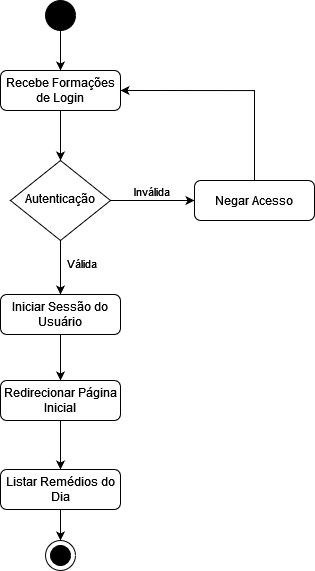
This is umls/DiagramaAtividades.png from FredericoBaker/tp-engenharia-de-software, a draw.io export, as it was before one commit. Source tidied: cells renumbered, new cells last; positions are measured from the earlier drawing's top-left corner, leaving out a move shared by most shapes.
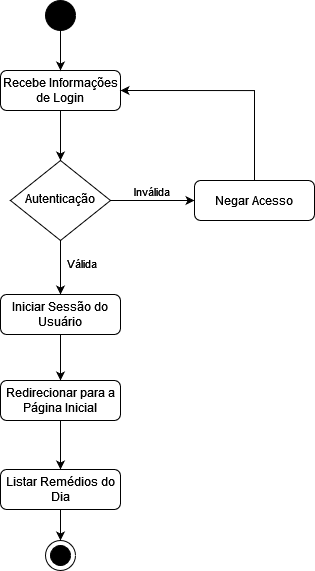
Later version of the same file.

Commit message:
fix(UML): Adiciona fundo para melhorar visibilidade

Diff of the diagram source:
```diff
@@ -5,7 +5,7 @@
     <mxCell id="2" style="edgeStyle=orthogonalEdgeStyle;rounded=0;jettySize=auto;html=1;exitX=0.5;exitY=1;exitDx=0;exitDy=0;entryX=0.5;entryY=0;entryDx=0;entryDy=0;" parent="1" edge="1" source="3" target="8">
       <mxGeometry relative="1" as="geometry" />
     </mxCell>
-    <mxCell id="3" value="Recebe Formações de Login" style="rounded=1;whiteSpace=wrap;html=1;fontSize=12;glass=0;strokeWidth=1;shadow=0;" parent="1" vertex="1">
+    <mxCell id="3" value="Recebe Informações de Login" style="rounded=1;whiteSpace=wrap;html=1;fontSize=12;glass=0;strokeWidth=1;shadow=0;" parent="1" vertex="1">
       <mxGeometry y="70" width="120" height="40" as="geometry" />
     </mxCell>
     <mxCell id="4" style="edgeStyle=orthogonalEdgeStyle;rounded=0;jettySize=auto;html=1;exitX=0.5;exitY=1;exitDx=0;exitDy=0;entryX=0.5;entryY=0;entryDx=0;entryDy=0;" parent="1" edge="1" source="8" target="12">
@@ -42,7 +42,7 @@
     <mxCell id="13" style="edgeStyle=orthogonalEdgeStyle;rounded=0;jettySize=auto;html=1;exitX=0.5;exitY=1;exitDx=0;exitDy=0;entryX=0.5;entryY=0;entryDx=0;entryDy=0;" parent="1" edge="1" source="14" target="16">
       <mxGeometry relative="1" as="geometry" />
     </mxCell>
-    <mxCell id="14" value="&lt;div&gt;Redirecionar Página Inicial&lt;/div&gt;" style="rounded=1;whiteSpace=wrap;html=1;fontSize=12;glass=0;strokeWidth=1;shadow=0;" parent="1" vertex="1">
+    <mxCell id="14" value="&lt;div&gt;Redirecionar para a Página Inicial&lt;/div&gt;" style="rounded=1;whiteSpace=wrap;html=1;fontSize=12;glass=0;strokeWidth=1;shadow=0;" parent="1" vertex="1">
       <mxGeometry y="380" width="120" height="40" as="geometry" />
     </mxCell>
     <mxCell id="15" style="edgeStyle=orthogonalEdgeStyle;rounded=0;jettySize=auto;html=1;exitX=0.5;exitY=1;exitDx=0;exitDy=0;entryX=0.5;entryY=0;entryDx=0;entryDy=0;" parent="1" edge="1" source="16" target="19">
```
